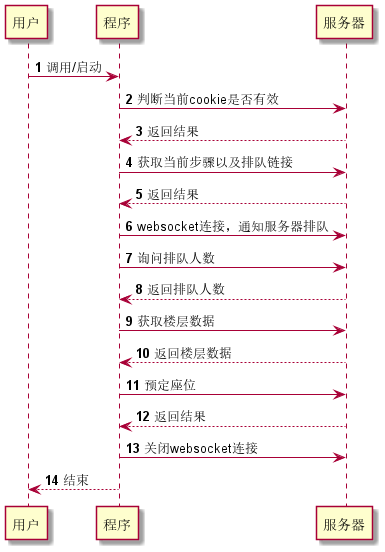
This is resource/uml/预约时序图.png from yuzheng14/traceint_book_sduwh, a PlantUML export, as it was before one commit. The source it was exported from:
```plantuml
@startuml

autonumber

用户->程序:调用/启动
程序->服务器:判断当前cookie是否有效
程序<--服务器:返回结果
程序->服务器:获取当前步骤以及排队链接
程序<--服务器:返回结果
程序->服务器:websocket连接，通知服务器排队
程序->服务器:询问排队人数
程序<--服务器:返回排队人数
程序->服务器:获取楼层数据
程序<--服务器:返回楼层数据
程序->服务器:预定座位
程序<--服务器:返回结果
程序->服务器:关闭websocket连接
用户<--程序:结束
@enduml
```
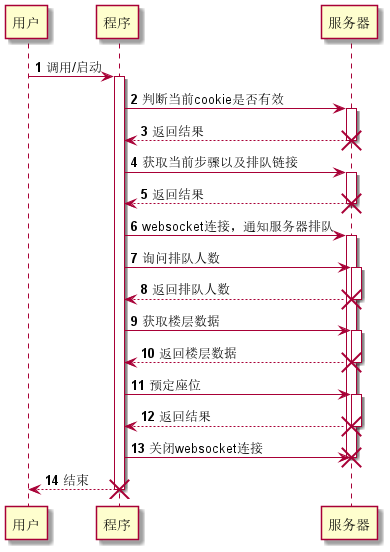
After the commit.

Diff of the diagram source:
```diff
@@ -3,17 +3,31 @@
 autonumber
 
 用户->程序:调用/启动
+activate 程序
 程序->服务器:判断当前cookie是否有效
+activate 服务器
 程序<--服务器:返回结果
+destroy 服务器
 程序->服务器:获取当前步骤以及排队链接
+activate 服务器
 程序<--服务器:返回结果
+destroy 服务器
 程序->服务器:websocket连接，通知服务器排队
+activate 服务器
 程序->服务器:询问排队人数
+activate 服务器
 程序<--服务器:返回排队人数
+destroy 服务器
 程序->服务器:获取楼层数据
+activate 服务器
 程序<--服务器:返回楼层数据
+destroy 服务器
 程序->服务器:预定座位
+activate 服务器
 程序<--服务器:返回结果
+destroy 服务器
 程序->服务器:关闭websocket连接
+destroy 服务器
 用户<--程序:结束
+destroy 程序
 @enduml
```
